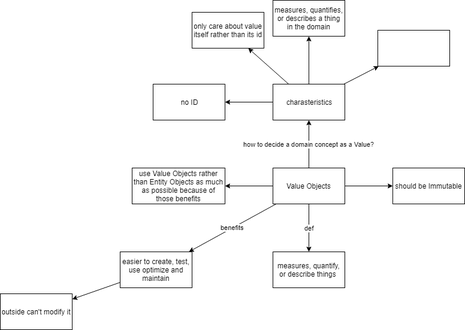
This is DDD_ValueObject_Overview.PNG from stsiwo/ddd_concept, a draw.io export, as it was before one commit. Source tidied: cells renumbered, new cells last; positions are measured from the earlier drawing's top-left corner, leaving out a move shared by most shapes. The source it was exported from:
```xml
<mxGraphModel>
  <root>
    <mxCell id="0" />
    <mxCell id="1" parent="0" />
    <mxCell id="2" value="def" style="edgeStyle=orthogonalEdgeStyle;rounded=0;jettySize=auto;html=1;" parent="1" edge="1" source="7" target="22">
      <mxGeometry relative="1" as="geometry" />
    </mxCell>
    <mxCell id="3" value="benefits" style="rounded=0;jettySize=auto;html=1;" parent="1" edge="1" source="7" target="20">
      <mxGeometry relative="1" as="geometry" />
    </mxCell>
    <mxCell id="4" style="edgeStyle=none;rounded=0;jettySize=auto;html=1;" parent="1" edge="1" source="7" target="18">
      <mxGeometry relative="1" as="geometry" />
    </mxCell>
    <mxCell id="5" value="how to decide a domain concept as a Value?" style="edgeStyle=none;rounded=0;jettySize=auto;html=1;" parent="1" edge="1" source="7" target="13">
      <mxGeometry relative="1" as="geometry" />
    </mxCell>
    <mxCell id="6" style="edgeStyle=none;rounded=0;jettySize=auto;html=1;" parent="1" edge="1" source="7" target="8">
      <mxGeometry relative="1" as="geometry" />
    </mxCell>
    <mxCell id="7" value="Value Objects" style="rounded=0;whiteSpace=wrap;html=1;" parent="1" vertex="1">
      <mxGeometry x="455" y="280" width="120" height="60" as="geometry" />
    </mxCell>
    <mxCell id="8" value="should be Immutable" style="rounded=0;whiteSpace=wrap;html=1;" parent="1" vertex="1">
      <mxGeometry x="655" y="280" width="120" height="60" as="geometry" />
    </mxCell>
    <mxCell id="9" style="edgeStyle=none;rounded=0;jettySize=auto;html=1;" parent="1" edge="1" source="13" target="17">
      <mxGeometry relative="1" as="geometry" />
    </mxCell>
    <mxCell id="10" style="edgeStyle=none;rounded=0;jettySize=auto;html=1;" parent="1" edge="1" source="13" target="16">
      <mxGeometry relative="1" as="geometry" />
    </mxCell>
    <mxCell id="11" style="edgeStyle=none;rounded=0;jettySize=auto;html=1;" parent="1" edge="1" source="13" target="15">
      <mxGeometry relative="1" as="geometry" />
    </mxCell>
    <mxCell id="12" style="edgeStyle=none;rounded=0;jettySize=auto;html=1;" parent="1" edge="1" source="13" target="14">
      <mxGeometry relative="1" as="geometry" />
    </mxCell>
    <mxCell id="13" value="charasteristics" style="rounded=0;whiteSpace=wrap;html=1;" parent="1" vertex="1">
      <mxGeometry x="455" y="140" width="120" height="60" as="geometry" />
    </mxCell>
    <mxCell id="14" style="rounded=0;whiteSpace=wrap;html=1;" parent="1" vertex="1">
      <mxGeometry x="630" y="50" width="120" height="60" as="geometry" />
    </mxCell>
    <mxCell id="15" value="measures, quantifies, or describes a thing in the domain" style="rounded=0;whiteSpace=wrap;html=1;" parent="1" vertex="1">
      <mxGeometry x="455" width="120" height="60" as="geometry" />
    </mxCell>
    <mxCell id="16" value="only care about value itself rather than its id" style="rounded=0;whiteSpace=wrap;html=1;" parent="1" vertex="1">
      <mxGeometry x="320" y="20" width="120" height="60" as="geometry" />
    </mxCell>
    <mxCell id="17" value="no ID" style="rounded=0;whiteSpace=wrap;html=1;" parent="1" vertex="1">
      <mxGeometry x="255" y="140" width="120" height="60" as="geometry" />
    </mxCell>
    <mxCell id="18" value="use Value Objects rather than Entity Objects as much as possible because of those benefits" style="rounded=0;whiteSpace=wrap;html=1;" parent="1" vertex="1">
      <mxGeometry x="220" y="280" width="155" height="60" as="geometry" />
    </mxCell>
    <mxCell id="19" style="edgeStyle=none;rounded=0;jettySize=auto;html=1;" parent="1" edge="1" source="20" target="21">
      <mxGeometry relative="1" as="geometry" />
    </mxCell>
    <mxCell id="20" value="easier to create, test, use optimize and maintain" style="rounded=0;whiteSpace=wrap;html=1;" parent="1" vertex="1">
      <mxGeometry x="200" y="420" width="120" height="60" as="geometry" />
    </mxCell>
    <mxCell id="21" value="outside can't modify it" style="rounded=0;whiteSpace=wrap;html=1;" parent="1" vertex="1">
      <mxGeometry y="490" width="120" height="60" as="geometry" />
    </mxCell>
    <mxCell id="22" value="measures, quantify, or describe things&amp;nbsp;" style="rounded=0;whiteSpace=wrap;html=1;" parent="1" vertex="1">
      <mxGeometry x="455" y="420" width="120" height="60" as="geometry" />
    </mxCell>
  </root>
</mxGraphModel>
```
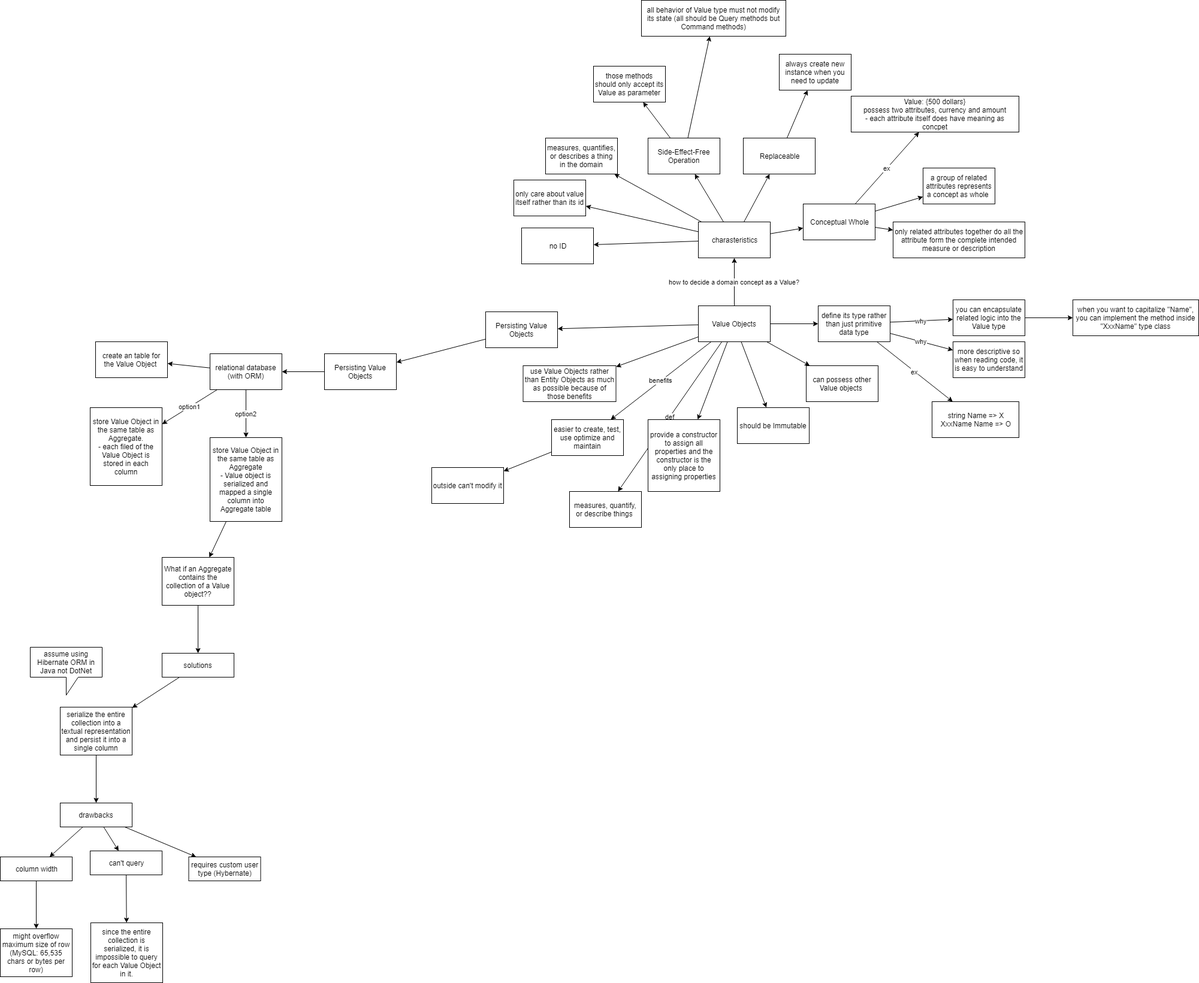
After the commit.

What changed in the source:
```diff
@@ -2,7 +2,7 @@
   <root>
     <mxCell id="0" />
     <mxCell id="1" parent="0" />
-    <mxCell id="2" value="def" style="edgeStyle=orthogonalEdgeStyle;rounded=0;jettySize=auto;html=1;" parent="1" edge="1" source="7" target="22">
+    <mxCell id="2" value="def" style="rounded=0;jettySize=auto;html=1;" parent="1" edge="1" source="7" target="22">
       <mxGeometry relative="1" as="geometry" />
     </mxCell>
     <mxCell id="3" value="benefits" style="rounded=0;jettySize=auto;html=1;" parent="1" edge="1" source="7" target="20">
@@ -17,11 +17,143 @@
     <mxCell id="6" style="edgeStyle=none;rounded=0;jettySize=auto;html=1;" parent="1" edge="1" source="7" target="8">
       <mxGeometry relative="1" as="geometry" />
     </mxCell>
+    <mxCell id="23" style="edgeStyle=none;rounded=0;jettySize=auto;html=1;" parent="1" edge="1" source="7" target="66">
+      <mxGeometry relative="1" as="geometry" />
+    </mxCell>
+    <mxCell id="24" style="edgeStyle=none;rounded=0;jettySize=auto;html=1;" parent="1" edge="1" source="7" target="60">
+      <mxGeometry relative="1" as="geometry" />
+    </mxCell>
+    <mxCell id="25" style="edgeStyle=none;rounded=0;jettySize=auto;html=1;" parent="1" edge="1" source="7" target="56">
+      <mxGeometry relative="1" as="geometry" />
+    </mxCell>
+    <mxCell id="26" style="edgeStyle=none;rounded=0;jettySize=auto;html=1;" parent="1" edge="1" source="7" target="28">
+      <mxGeometry relative="1" as="geometry" />
+    </mxCell>
     <mxCell id="7" value="Value Objects" style="rounded=0;whiteSpace=wrap;html=1;" parent="1" vertex="1">
       <mxGeometry x="455" y="280" width="120" height="60" as="geometry" />
     </mxCell>
+    <mxCell id="27" style="edgeStyle=none;rounded=0;jettySize=auto;html=1;" parent="1" edge="1" source="28" target="30">
+      <mxGeometry relative="1" as="geometry" />
+    </mxCell>
+    <mxCell id="28" value="Persisting Value Objects" style="rounded=0;whiteSpace=wrap;html=1;" parent="1" vertex="1">
+      <mxGeometry x="100" y="290" width="120" height="60" as="geometry" />
+    </mxCell>
+    <mxCell id="29" style="edgeStyle=none;rounded=0;jettySize=auto;html=1;" parent="1" edge="1" source="30" target="34">
+      <mxGeometry relative="1" as="geometry" />
+    </mxCell>
+    <mxCell id="30" value="Persisting Value Objects" style="rounded=0;whiteSpace=wrap;html=1;" parent="1" vertex="1">
+      <mxGeometry x="-169" y="360" width="120" height="60" as="geometry" />
+    </mxCell>
+    <mxCell id="31" value="option1" style="edgeStyle=none;rounded=0;jettySize=auto;html=1;" parent="1" edge="1" source="34" target="55">
+      <mxGeometry relative="1" as="geometry" />
+    </mxCell>
+    <mxCell id="32" value="option2" style="edgeStyle=none;rounded=0;jettySize=auto;html=1;" parent="1" edge="1" source="34" target="37">
+      <mxGeometry relative="1" as="geometry" />
+    </mxCell>
+    <mxCell id="33" style="edgeStyle=none;rounded=0;jettySize=auto;html=1;" parent="1" edge="1" source="34" target="35">
+      <mxGeometry relative="1" as="geometry" />
+    </mxCell>
+    <mxCell id="34" value="relational database&lt;br&gt;(with ORM)" style="rounded=0;whiteSpace=wrap;html=1;" parent="1" vertex="1">
+      <mxGeometry x="-360" y="360" width="120" height="60" as="geometry" />
+    </mxCell>
+    <mxCell id="35" value="create an table for the Value Object&amp;nbsp;" style="rounded=0;whiteSpace=wrap;html=1;" parent="1" vertex="1">
+      <mxGeometry x="-551" y="340" width="120" height="60" as="geometry" />
+    </mxCell>
+    <mxCell id="36" style="edgeStyle=none;rounded=0;jettySize=auto;html=1;" parent="1" edge="1" source="37" target="39">
+      <mxGeometry relative="1" as="geometry" />
+    </mxCell>
+    <mxCell id="37" value="store Value Object in the same table as Aggregate&lt;br&gt;- Value object is serialized and mapped a single column into Aggregate table" style="rounded=0;whiteSpace=wrap;html=1;" parent="1" vertex="1">
+      <mxGeometry x="-360" y="500" width="120" height="140" as="geometry" />
+    </mxCell>
+    <mxCell id="38" style="edgeStyle=none;rounded=0;jettySize=auto;html=1;" parent="1" edge="1" source="39" target="41">
+      <mxGeometry relative="1" as="geometry" />
+    </mxCell>
+    <mxCell id="39" value="What if an Aggregate contains the collection of a Value object??" style="rounded=0;whiteSpace=wrap;html=1;" parent="1" vertex="1">
+      <mxGeometry x="-440" y="700" width="120" height="80" as="geometry" />
+    </mxCell>
+    <mxCell id="40" style="edgeStyle=none;rounded=0;jettySize=auto;html=1;" parent="1" edge="1" source="41" target="43">
+      <mxGeometry relative="1" as="geometry" />
+    </mxCell>
+    <mxCell id="41" value="solutions" style="rounded=0;whiteSpace=wrap;html=1;" parent="1" vertex="1">
+      <mxGeometry x="-440" y="860" width="120" height="40" as="geometry" />
+    </mxCell>
+    <mxCell id="42" style="edgeStyle=none;rounded=0;jettySize=auto;html=1;" parent="1" edge="1" source="43" target="47">
+      <mxGeometry relative="1" as="geometry" />
+    </mxCell>
+    <mxCell id="43" value="serialize the entire collection into a textual representation and persist it into a single column" style="rounded=0;whiteSpace=wrap;html=1;" parent="1" vertex="1">
+      <mxGeometry x="-610" y="950" width="120" height="80" as="geometry" />
+    </mxCell>
+    <mxCell id="44" style="edgeStyle=none;rounded=0;jettySize=auto;html=1;" parent="1" edge="1" source="47" target="53">
+      <mxGeometry relative="1" as="geometry" />
+    </mxCell>
+    <mxCell id="45" style="edgeStyle=none;rounded=0;jettySize=auto;html=1;" parent="1" edge="1" source="47" target="50">
+      <mxGeometry relative="1" as="geometry" />
+    </mxCell>
+    <mxCell id="46" style="edgeStyle=none;rounded=0;jettySize=auto;html=1;" parent="1" edge="1" source="47" target="48">
+      <mxGeometry relative="1" as="geometry" />
+    </mxCell>
+    <mxCell id="47" value="drawbacks" style="rounded=0;whiteSpace=wrap;html=1;" parent="1" vertex="1">
+      <mxGeometry x="-610" y="1110" width="120" height="40" as="geometry" />
+    </mxCell>
+    <mxCell id="48" value="requires custom user type (Hybernate)" style="rounded=0;whiteSpace=wrap;html=1;" parent="1" vertex="1">
+      <mxGeometry x="-395.5" y="1200" width="120" height="40" as="geometry" />
+    </mxCell>
+    <mxCell id="49" style="edgeStyle=none;rounded=0;jettySize=auto;html=1;" parent="1" edge="1" source="50" target="51">
+      <mxGeometry relative="1" as="geometry" />
+    </mxCell>
+    <mxCell id="50" value="can't query" style="rounded=0;whiteSpace=wrap;html=1;" parent="1" vertex="1">
+      <mxGeometry x="-560" y="1190" width="120" height="40" as="geometry" />
+    </mxCell>
+    <mxCell id="51" value="since the entire collection is serialized, it is impossible to query for each Value Object in it." style="rounded=0;whiteSpace=wrap;html=1;" parent="1" vertex="1">
+      <mxGeometry x="-559" y="1310" width="120" height="100" as="geometry" />
+    </mxCell>
+    <mxCell id="52" style="edgeStyle=none;rounded=0;jettySize=auto;html=1;" parent="1" edge="1" source="53" target="54">
+      <mxGeometry relative="1" as="geometry" />
+    </mxCell>
+    <mxCell id="53" value="column width" style="rounded=0;whiteSpace=wrap;html=1;" parent="1" vertex="1">
+      <mxGeometry x="-710" y="1200" width="120" height="40" as="geometry" />
+    </mxCell>
+    <mxCell id="54" value="might overflow maximum size of row (MySQL: 65,535 chars or bytes per row)" style="rounded=0;whiteSpace=wrap;html=1;" parent="1" vertex="1">
+      <mxGeometry x="-710" y="1320" width="120" height="80" as="geometry" />
+    </mxCell>
+    <mxCell id="55" value="store Value Object in the same table as Aggregate.&lt;br&gt;- each filed of the Value Object is stored in each column" style="rounded=0;whiteSpace=wrap;html=1;" parent="1" vertex="1">
+      <mxGeometry x="-560" y="450" width="120" height="130" as="geometry" />
+    </mxCell>
+    <mxCell id="56" value="provide a constructor to assign all properties and the constructor is the only place to assigning properties" style="rounded=0;whiteSpace=wrap;html=1;" parent="1" vertex="1">
+      <mxGeometry x="371" y="470" width="120" height="120" as="geometry" />
+    </mxCell>
+    <mxCell id="57" value="ex" style="edgeStyle=none;rounded=0;jettySize=auto;html=1;" parent="1" edge="1" source="60" target="65">
+      <mxGeometry relative="1" as="geometry" />
+    </mxCell>
+    <mxCell id="58" value="why" style="edgeStyle=none;rounded=0;jettySize=auto;html=1;" parent="1" edge="1" source="60" target="64">
+      <mxGeometry relative="1" as="geometry" />
+    </mxCell>
+    <mxCell id="59" value="why" style="edgeStyle=none;rounded=0;jettySize=auto;html=1;" parent="1" edge="1" source="60" target="62">
+      <mxGeometry relative="1" as="geometry" />
+    </mxCell>
+    <mxCell id="60" value="define its type rather than just primitive data type" style="rounded=0;whiteSpace=wrap;html=1;" parent="1" vertex="1">
+      <mxGeometry x="655" y="280" width="120" height="60" as="geometry" />
+    </mxCell>
+    <mxCell id="61" style="edgeStyle=none;rounded=0;jettySize=auto;html=1;" parent="1" edge="1" source="62" target="63">
+      <mxGeometry relative="1" as="geometry" />
+    </mxCell>
+    <mxCell id="62" value="you can encapsulate related logic into the Value type" style="rounded=0;whiteSpace=wrap;html=1;" parent="1" vertex="1">
+      <mxGeometry x="880" y="270" width="120" height="60" as="geometry" />
+    </mxCell>
+    <mxCell id="63" value="when you want to capitalize &quot;Name&quot;, you can implement the method inside &quot;XxxName&quot; type class" style="rounded=0;whiteSpace=wrap;html=1;" parent="1" vertex="1">
+      <mxGeometry x="1080" y="270" width="210" height="60" as="geometry" />
+    </mxCell>
+    <mxCell id="64" value="more descriptive so when reading code, it is easy to understand" style="rounded=0;whiteSpace=wrap;html=1;" parent="1" vertex="1">
+      <mxGeometry x="880" y="340" width="120" height="60" as="geometry" />
+    </mxCell>
+    <mxCell id="65" value="string Name =&amp;gt; X&lt;br&gt;XxxName Name =&amp;gt; O" style="rounded=0;whiteSpace=wrap;html=1;" parent="1" vertex="1">
+      <mxGeometry x="845" y="440" width="145" height="60" as="geometry" />
+    </mxCell>
+    <mxCell id="66" value="can possess other Value objects&amp;nbsp;" style="rounded=0;whiteSpace=wrap;html=1;" parent="1" vertex="1">
+      <mxGeometry x="635" y="380" width="120" height="60" as="geometry" />
+    </mxCell>
     <mxCell id="8" value="should be Immutable" style="rounded=0;whiteSpace=wrap;html=1;" parent="1" vertex="1">
-      <mxGeometry x="655" y="280" width="120" height="60" as="geometry" />
+      <mxGeometry x="520" y="450" width="120" height="60" as="geometry" />
     </mxCell>
     <mxCell id="9" style="edgeStyle=none;rounded=0;jettySize=auto;html=1;" parent="1" edge="1" source="13" target="17">
       <mxGeometry relative="1" as="geometry" />
@@ -35,35 +167,86 @@
     <mxCell id="12" style="edgeStyle=none;rounded=0;jettySize=auto;html=1;" parent="1" edge="1" source="13" target="14">
       <mxGeometry relative="1" as="geometry" />
     </mxCell>
+    <mxCell id="67" style="edgeStyle=none;rounded=0;jettySize=auto;html=1;" parent="1" edge="1" source="13" target="75">
+      <mxGeometry relative="1" as="geometry" />
+    </mxCell>
+    <mxCell id="68" style="edgeStyle=none;rounded=0;jettySize=auto;html=1;" parent="1" edge="1" source="13" target="71">
+      <mxGeometry relative="1" as="geometry" />
+    </mxCell>
     <mxCell id="13" value="charasteristics" style="rounded=0;whiteSpace=wrap;html=1;" parent="1" vertex="1">
       <mxGeometry x="455" y="140" width="120" height="60" as="geometry" />
     </mxCell>
+    <mxCell id="69" style="edgeStyle=none;rounded=0;jettySize=auto;html=1;" parent="1" edge="1" source="71" target="73">
+      <mxGeometry relative="1" as="geometry" />
+    </mxCell>
+    <mxCell id="70" style="edgeStyle=none;rounded=0;jettySize=auto;html=1;" parent="1" edge="1" source="71" target="72">
+      <mxGeometry relative="1" as="geometry" />
+    </mxCell>
+    <mxCell id="71" value="Side-Effect-Free Operation" style="rounded=0;whiteSpace=wrap;html=1;" parent="1" vertex="1">
+      <mxGeometry x="371" width="120" height="60" as="geometry" />
+    </mxCell>
+    <mxCell id="72" value="those methods should only accept its Value as parameter" style="rounded=0;whiteSpace=wrap;html=1;" parent="1" vertex="1">
+      <mxGeometry x="280" y="-120" width="120" height="60" as="geometry" />
+    </mxCell>
+    <mxCell id="73" value="all behavior of Value type must not modify its state (all should be Query methods but Command methods)" style="rounded=0;whiteSpace=wrap;html=1;" parent="1" vertex="1">
+      <mxGeometry x="360" y="-230" width="241" height="60" as="geometry" />
+    </mxCell>
+    <mxCell id="74" style="edgeStyle=none;rounded=0;jettySize=auto;html=1;" parent="1" edge="1" source="75" target="76">
+      <mxGeometry relative="1" as="geometry" />
+    </mxCell>
+    <mxCell id="75" value="Replaceable" style="rounded=0;whiteSpace=wrap;html=1;" parent="1" vertex="1">
+      <mxGeometry x="530" width="120" height="60" as="geometry" />
+    </mxCell>
+    <mxCell id="76" value="always create new instance when you need to update" style="rounded=0;whiteSpace=wrap;html=1;" parent="1" vertex="1">
+      <mxGeometry x="590" y="-140" width="120" height="60" as="geometry" />
+    </mxCell>
+    <mxCell id="77" style="edgeStyle=none;rounded=0;jettySize=auto;html=1;" parent="1" edge="1" source="14" target="82">
+      <mxGeometry relative="1" as="geometry" />
+    </mxCell>
+    <mxCell id="78" style="edgeStyle=none;rounded=0;jettySize=auto;html=1;" parent="1" edge="1" source="14" target="81">
+      <mxGeometry relative="1" as="geometry" />
+    </mxCell>
+    <mxCell id="79" value="ex" style="edgeStyle=none;rounded=0;jettySize=auto;html=1;" parent="1" edge="1" source="14" target="80">
+      <mxGeometry relative="1" as="geometry" />
+    </mxCell>
-    <mxCell id="14" style="rounded=0;whiteSpace=wrap;html=1;" parent="1" vertex="1">
-      <mxGeometry x="630" y="50" width="120" height="60" as="geometry" />
+    <mxCell id="14" value="Conceptual Whole" style="rounded=0;whiteSpace=wrap;html=1;" parent="1" vertex="1">
+      <mxGeometry x="630" y="110" width="120" height="60" as="geometry" />
     </mxCell>
+    <mxCell id="80" value="Value: {500 dollars}&lt;br&gt;possess two attributes, currency and amount&lt;br&gt;- each attribute itself does have meaning as concpet" style="rounded=0;whiteSpace=wrap;html=1;" parent="1" vertex="1">
+      <mxGeometry x="710" y="-70" width="280" height="60" as="geometry" />
+    </mxCell>
+    <mxCell id="81" value="only related attributes together do all the attribute form the complete intended measure or description" style="rounded=0;whiteSpace=wrap;html=1;" parent="1" vertex="1">
+      <mxGeometry x="780" y="140" width="220" height="60" as="geometry" />
+    </mxCell>
+    <mxCell id="82" value="a group of related attributes represents a concept as whole&amp;nbsp;" style="rounded=0;whiteSpace=wrap;html=1;" parent="1" vertex="1">
+      <mxGeometry x="830" y="50" width="120" height="60" as="geometry" />
+    </mxCell>
     <mxCell id="15" value="measures, quantifies, or describes a thing in the domain" style="rounded=0;whiteSpace=wrap;html=1;" parent="1" vertex="1">
-      <mxGeometry x="455" width="120" height="60" as="geometry" />
+      <mxGeometry x="200" width="120" height="60" as="geometry" />
     </mxCell>
     <mxCell id="16" value="only care about value itself rather than its id" style="rounded=0;whiteSpace=wrap;html=1;" parent="1" vertex="1">
-      <mxGeometry x="320" y="20" width="120" height="60" as="geometry" />
+      <mxGeometry x="147" y="70" width="120" height="60" as="geometry" />
     </mxCell>
     <mxCell id="17" value="no ID" style="rounded=0;whiteSpace=wrap;html=1;" parent="1" vertex="1">
-      <mxGeometry x="255" y="140" width="120" height="60" as="geometry" />
+      <mxGeometry x="160" y="150" width="120" height="60" as="geometry" />
     </mxCell>
     <mxCell id="18" value="use Value Objects rather than Entity Objects as much as possible because of those benefits" style="rounded=0;whiteSpace=wrap;html=1;" parent="1" vertex="1">
-      <mxGeometry x="220" y="280" width="155" height="60" as="geometry" />
+      <mxGeometry x="162.5" y="380" width="155" height="60" as="geometry" />
     </mxCell>
     <mxCell id="19" style="edgeStyle=none;rounded=0;jettySize=auto;html=1;" parent="1" edge="1" source="20" target="21">
       <mxGeometry relative="1" as="geometry" />
     </mxCell>
     <mxCell id="20" value="easier to create, test, use optimize and maintain" style="rounded=0;whiteSpace=wrap;html=1;" parent="1" vertex="1">
-      <mxGeometry x="200" y="420" width="120" height="60" as="geometry" />
+      <mxGeometry x="210" y="470" width="120" height="60" as="geometry" />
     </mxCell>
     <mxCell id="21" value="outside can't modify it" style="rounded=0;whiteSpace=wrap;html=1;" parent="1" vertex="1">
-      <mxGeometry y="490" width="120" height="60" as="geometry" />
+      <mxGeometry x="10" y="550" width="120" height="60" as="geometry" />
     </mxCell>
     <mxCell id="22" value="measures, quantify, or describe things&amp;nbsp;" style="rounded=0;whiteSpace=wrap;html=1;" parent="1" vertex="1">
-      <mxGeometry x="455" y="420" width="120" height="60" as="geometry" />
+      <mxGeometry x="240" y="590" width="120" height="60" as="geometry" />
     </mxCell>
+    <mxCell id="83" value="assume using Hibernate ORM in Java not DotNet" style="shape=callout;whiteSpace=wrap;html=1;perimeter=calloutPerimeter;" parent="1" vertex="1">
+      <mxGeometry x="-660" y="850" width="120" height="80" as="geometry" />
+    </mxCell>
   </root>
 </mxGraphModel>
```
